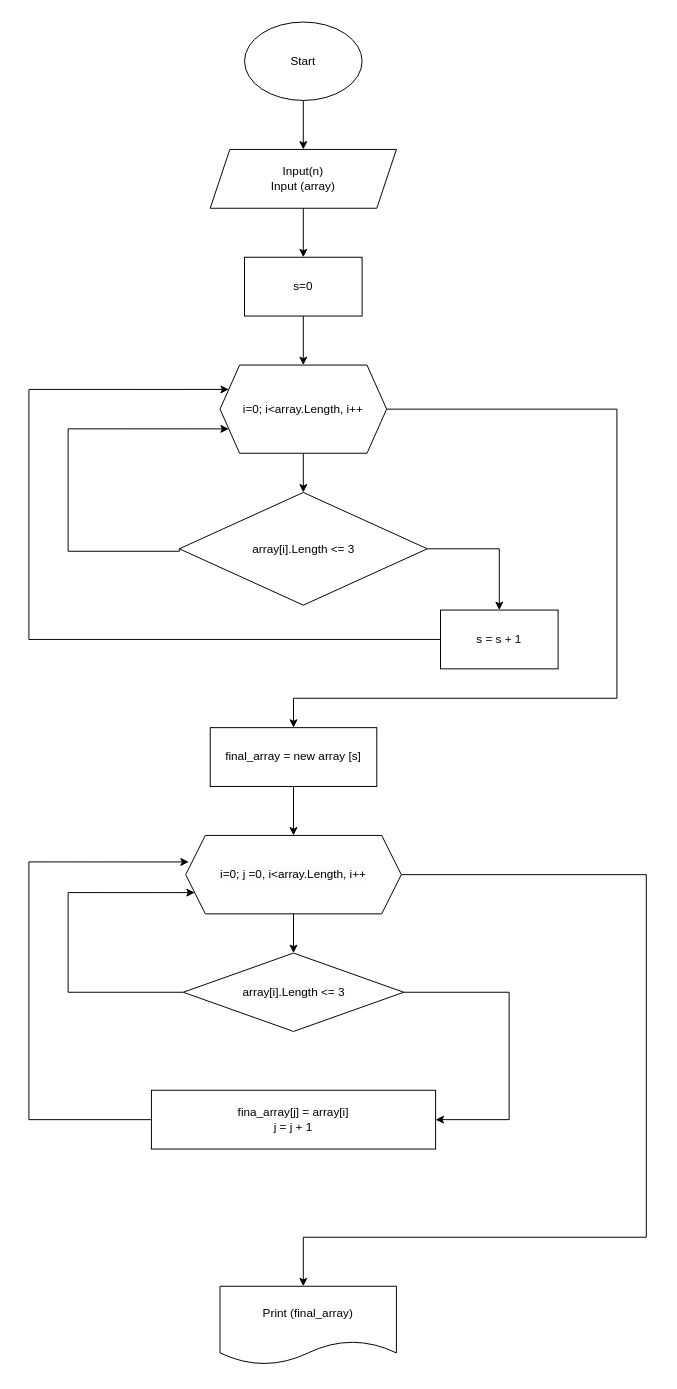
Midorijama/Final_Attest keeps this draw.io diagram as Final_Attest_Diagram.drawio. Above is the earlier version. Source tidied: cells renumbered, new cells numbered last; positions are measured from the earlier drawing's top-left corner, leaving out a move shared by most shapes. Both pictures are drawn from the tidied source at 98%, with x=0, y=0 at pixel (28, 22).
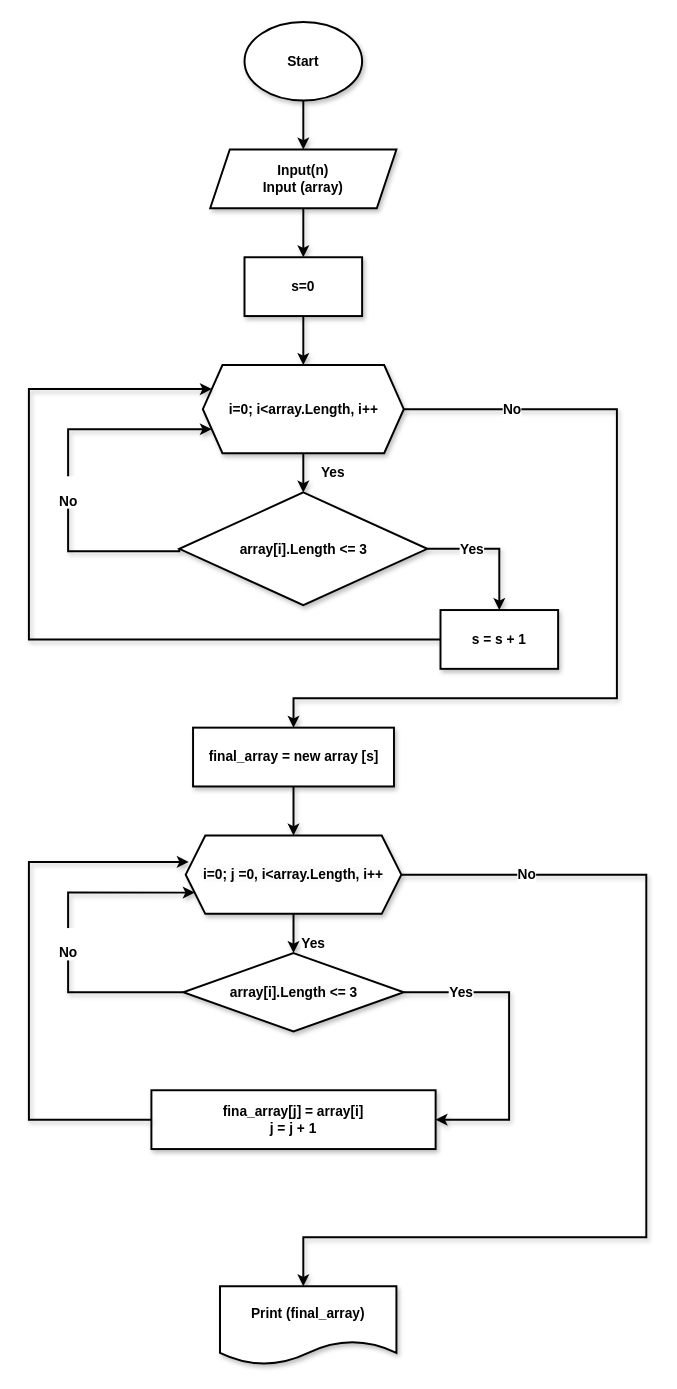
After the change.

Commit message:
Added descriptions on diagramm/doublechecked

Diff of the diagram source:
```diff
@@
-    <mxCell id="2" style="edgeStyle=orthogonalEdgeStyle;rounded=0;jettySize=auto;html=1;" parent="1" edge="1" source="3" target="5">
+    <mxCell id="2" style="edgeStyle=orthogonalEdgeStyle;rounded=0;jettySize=auto;html=1;strokeWidth=2;fontSize=14;fontStyle=1;labelBorderColor=none;fontFamily=Helvetica;shadow=1;" parent="1" edge="1" source="3" target="5">
       <mxGeometry relative="1" as="geometry" />
     </mxCell>
-    <mxCell id="3" value="Start" style="ellipse;whiteSpace=wrap;html=1;" parent="1" vertex="1">
+    <mxCell id="3" value="Start" style="ellipse;whiteSpace=wrap;html=1;strokeWidth=2;fontSize=14;fontStyle=1;labelBorderColor=none;fontFamily=Helvetica;shadow=1;" parent="1" vertex="1">
       <mxGeometry x="220" width="120" height="80" as="geometry" />
     </mxCell>
-    <mxCell id="4" style="edgeStyle=orthogonalEdgeStyle;rounded=0;jettySize=auto;html=1;" parent="1" edge="1" source="5" target="7">
+    <mxCell id="4" style="edgeStyle=orthogonalEdgeStyle;rounded=0;jettySize=auto;html=1;strokeWidth=2;fontSize=14;fontStyle=1;labelBorderColor=none;fontFamily=Helvetica;shadow=1;" parent="1" edge="1" source="5" target="7">
       <mxGeometry relative="1" as="geometry" />
     </mxCell>
-    <mxCell id="5" value="Input(n)&lt;div&gt;Input (array)&lt;/div&gt;" style="shape=parallelogram;perimeter=parallelogramPerimeter;whiteSpace=wrap;html=1;fixedSize=1;" parent="1" vertex="1">
+    <mxCell id="5" value="Input(n)&lt;div style=&quot;font-size: 14px;&quot;&gt;Input (array)&lt;/div&gt;" style="shape=parallelogram;perimeter=parallelogramPerimeter;whiteSpace=wrap;html=1;fixedSize=1;strokeWidth=2;fontSize=14;fontStyle=1;labelBorderColor=none;fontFamily=Helvetica;shadow=1;" parent="1" vertex="1">
       <mxGeometry x="185" y="130" width="190" height="60" as="geometry" />
     </mxCell>
-    <mxCell id="6" style="edgeStyle=orthogonalEdgeStyle;rounded=0;jettySize=auto;html=1;" parent="1" edge="1" source="7" target="10">
+    <mxCell id="6" style="edgeStyle=orthogonalEdgeStyle;rounded=0;jettySize=auto;html=1;strokeWidth=2;fontSize=14;fontStyle=1;labelBorderColor=none;fontFamily=Helvetica;shadow=1;" parent="1" edge="1" source="7" target="10">
       <mxGeometry relative="1" as="geometry" />
     </mxCell>
-    <mxCell id="7" value="s=0" style="rounded=0;whiteSpace=wrap;html=1;" parent="1" vertex="1">
+    <mxCell id="7" value="s=0" style="rounded=0;whiteSpace=wrap;html=1;strokeWidth=2;fontSize=14;fontStyle=1;labelBorderColor=none;fontFamily=Helvetica;shadow=1;" parent="1" vertex="1">
       <mxGeometry x="220" y="240" width="120" height="60" as="geometry" />
     </mxCell>
-    <mxCell id="8" style="edgeStyle=orthogonalEdgeStyle;rounded=0;jettySize=auto;html=1;entryX=0.5;entryY=0;entryDx=0;entryDy=0;" parent="1" edge="1" source="10" target="13">
-      <mxGeometry relative="1" as="geometry" />
+    <mxCell id="8" value="Yes" style="edgeStyle=orthogonalEdgeStyle;rounded=0;jettySize=auto;html=1;entryX=0.5;entryY=0;entryDx=0;entryDy=0;strokeWidth=2;fontSize=14;fontStyle=1;labelBorderColor=none;fontFamily=Helvetica;shadow=1;" parent="1" edge="1" source="10" target="13">
+      <mxGeometry y="30" relative="1" as="geometry">
+        <Array as="points">
+          <mxPoint x="280" y="460" />
+          <mxPoint x="280" y="460" />
+        </Array>
+      </mxGeometry>
     </mxCell>
-    <mxCell id="9" style="edgeStyle=orthogonalEdgeStyle;rounded=0;jettySize=auto;html=1;" parent="1" edge="1" source="10" target="17">
-      <mxGeometry relative="1" as="geometry">
+    <mxCell id="9" value="No" style="edgeStyle=orthogonalEdgeStyle;rounded=0;jettySize=auto;html=1;strokeWidth=2;shadow=1;fontSize=14;fontStyle=1;" parent="1" edge="1" source="10" target="17">
+      <mxGeometry x="-0.75" relative="1" as="geometry">
         <Array as="points">
           <mxPoint x="600" y="395" />
           <mxPoint x="600" y="690" />
           <mxPoint x="270" y="690" />
         </Array>
+        <mxPoint x="1" as="offset" />
       </mxGeometry>
     </mxCell>
-    <mxCell id="10" value="i=0; i&amp;lt;array.Length, i++" style="shape=hexagon;perimeter=hexagonPerimeter2;whiteSpace=wrap;html=1;fixedSize=1;" parent="1" vertex="1">
-      <mxGeometry x="195" y="350" width="170" height="90" as="geometry" />
+    <mxCell id="10" value="i=0; i&amp;lt;array.Length, i++" style="shape=hexagon;perimeter=hexagonPerimeter2;whiteSpace=wrap;html=1;fixedSize=1;strokeWidth=2;fontSize=14;fontStyle=1;labelBorderColor=none;fontFamily=Helvetica;shadow=1;" parent="1" vertex="1">
+      <mxGeometry x="177.5" y="350" width="205" height="90" as="geometry" />
     </mxCell>
-    <mxCell id="11" style="edgeStyle=orthogonalEdgeStyle;rounded=0;jettySize=auto;html=1;entryX=0;entryY=0.75;entryDx=0;entryDy=0;exitX=0;exitY=0.5;exitDx=0;exitDy=0;" parent="1" edge="1" source="13" target="10">
-      <mxGeometry relative="1" as="geometry">
+    <mxCell id="11" value="&lt;div&gt;&lt;br&gt;&lt;/div&gt;&lt;div&gt;No&lt;br&gt;&lt;/div&gt;" style="edgeStyle=orthogonalEdgeStyle;rounded=0;jettySize=auto;html=1;entryX=0;entryY=0.75;entryDx=0;entryDy=0;exitX=0;exitY=0.5;exitDx=0;exitDy=0;strokeWidth=2;shadow=1;fontSize=14;fontStyle=1;" parent="1" edge="1" source="13" target="10">
+      <mxGeometry x="-0.09" relative="1" as="geometry">
         <Array as="points">
           <mxPoint x="154" y="540" />
           <mxPoint x="40" y="540" />
           <mxPoint x="40" y="415" />
         </Array>
       </mxGeometry>
     </mxCell>
-    <mxCell id="12" style="edgeStyle=orthogonalEdgeStyle;rounded=0;jettySize=auto;html=1;exitX=1;exitY=0.5;exitDx=0;exitDy=0;" parent="1" edge="1" source="13" target="15">
-      <mxGeometry relative="1" as="geometry" />
+    <mxCell id="12" value="Yes" style="edgeStyle=orthogonalEdgeStyle;rounded=0;jettySize=auto;html=1;exitX=1;exitY=0.5;exitDx=0;exitDy=0;strokeWidth=2;fontSize=14;fontStyle=1;labelBorderColor=none;fontFamily=Helvetica;shadow=1;" parent="1" edge="1" source="13" target="15">
+      <mxGeometry x="-0.36" relative="1" as="geometry">
+        <mxPoint x="1" as="offset" />
+      </mxGeometry>
     </mxCell>
-    <mxCell id="13" value="array[i].Length &amp;lt;= 3" style="rhombus;whiteSpace=wrap;html=1;" parent="1" vertex="1">
+    <mxCell id="13" value="array[i].Length &amp;lt;= 3" style="rhombus;whiteSpace=wrap;html=1;strokeWidth=2;fontSize=14;fontStyle=1;labelBorderColor=none;fontFamily=Helvetica;shadow=1;" parent="1" vertex="1">
       <mxGeometry x="153.5" y="480" width="253" height="115" as="geometry" />
     </mxCell>
-    <mxCell id="14" style="edgeStyle=orthogonalEdgeStyle;rounded=0;jettySize=auto;html=1;exitX=0;exitY=0.5;exitDx=0;exitDy=0;entryX=0;entryY=0.25;entryDx=0;entryDy=0;" parent="1" edge="1" source="15" target="10">
+    <mxCell id="14" style="edgeStyle=orthogonalEdgeStyle;rounded=0;jettySize=auto;html=1;exitX=0;exitY=0.5;exitDx=0;exitDy=0;entryX=0;entryY=0.25;entryDx=0;entryDy=0;strokeWidth=2;shadow=1;" parent="1" edge="1" source="15" target="10">
       <mxGeometry relative="1" as="geometry">
         <Array as="points">
           <mxPoint y="630" />
           <mxPoint y="375" />
         </Array>
       </mxGeometry>
     </mxCell>
-    <mxCell id="15" value="s = s + 1" style="whiteSpace=wrap;html=1;" parent="1" vertex="1">
+    <mxCell id="15" value="s = s + 1" style="whiteSpace=wrap;html=1;fontSize=14;fontStyle=1;strokeWidth=2;shadow=1;" parent="1" vertex="1">
       <mxGeometry x="420" y="600" width="120" height="60" as="geometry" />
     </mxCell>
-    <mxCell id="16" style="edgeStyle=orthogonalEdgeStyle;rounded=0;jettySize=auto;html=1;entryX=0.5;entryY=0;entryDx=0;entryDy=0;" parent="1" edge="1" source="17" target="20">
+    <mxCell id="16" style="edgeStyle=orthogonalEdgeStyle;rounded=0;jettySize=auto;html=1;entryX=0.5;entryY=0;entryDx=0;entryDy=0;strokeWidth=2;fontSize=14;fontStyle=1;labelBorderColor=none;fontFamily=Helvetica;shadow=1;" parent="1" edge="1" source="17" target="20">
       <mxGeometry relative="1" as="geometry" />
     </mxCell>
-    <mxCell id="17" value="final_array = new array [s]" style="rounded=0;whiteSpace=wrap;html=1;" parent="1" vertex="1">
-      <mxGeometry x="185" y="720" width="170" height="60" as="geometry" />
+    <mxCell id="17" value="final_array = new array [s]" style="rounded=0;whiteSpace=wrap;html=1;strokeWidth=2;fontSize=14;fontStyle=1;labelBorderColor=none;fontFamily=Helvetica;shadow=1;" parent="1" vertex="1">
+      <mxGeometry x="167.5" y="720" width="205" height="60" as="geometry" />
     </mxCell>
-    <mxCell id="18" style="edgeStyle=orthogonalEdgeStyle;rounded=0;jettySize=auto;html=1;entryX=0.5;entryY=0;entryDx=0;entryDy=0;" parent="1" edge="1" source="20" target="23">
-      <mxGeometry relative="1" as="geometry" />
+    <mxCell id="18" value="&lt;br&gt;&lt;span style=&quot;color: rgb(0, 0, 0); font-family: Helvetica; font-size: 14px; font-style: normal; font-variant-ligatures: normal; font-variant-caps: normal; font-weight: 700; letter-spacing: normal; orphans: 2; text-align: center; text-indent: 0px; text-transform: none; widows: 2; word-spacing: 0px; -webkit-text-stroke-width: 0px; white-space: nowrap; background-color: rgb(255, 255, 255); text-decoration-thickness: initial; text-decoration-style: initial; text-decoration-color: initial; display: inline !important; float: none;&quot;&gt;Yes&lt;/span&gt;&lt;div&gt;&lt;br/&gt;&lt;/div&gt;" style="edgeStyle=orthogonalEdgeStyle;rounded=0;jettySize=auto;html=1;entryX=0.5;entryY=0;entryDx=0;entryDy=0;strokeWidth=2;fontSize=14;fontStyle=1;labelBorderColor=none;fontFamily=Helvetica;shadow=1;" parent="1" edge="1" source="20" target="23">
+      <mxGeometry x="0.5" y="20" relative="1" as="geometry" />
     </mxCell>
-    <mxCell id="19" style="edgeStyle=orthogonalEdgeStyle;rounded=0;jettySize=auto;html=1;" parent="1" edge="1" source="20" target="26">
-      <mxGeometry relative="1" as="geometry">
+    <mxCell id="19" value="&#10;&lt;br style=&quot;font-size: 14px;&quot; class=&quot;Apple-interchange-newline&quot;&gt;&lt;span style=&quot;color: rgb(0, 0, 0); font-family: Helvetica; font-size: 14px; font-style: normal; font-variant-ligatures: normal; font-variant-caps: normal; letter-spacing: normal; orphans: 2; text-align: center; text-indent: 0px; text-transform: none; widows: 2; word-spacing: 0px; -webkit-text-stroke-width: 0px; white-space: nowrap; background-color: rgb(255, 255, 255); text-decoration-thickness: initial; text-decoration-style: initial; text-decoration-color: initial; float: none; display: inline !important;&quot;&gt;No&lt;/span&gt;&#10;&#10;" style="edgeStyle=orthogonalEdgeStyle;rounded=0;jettySize=auto;html=1;strokeWidth=2;shadow=1;fontSize=14;fontStyle=1;" parent="1" edge="1" source="20" target="26">
+      <mxGeometry x="-0.75" relative="1" as="geometry">
         <Array as="points">
           <mxPoint x="630" y="870" />
           <mxPoint x="630" y="1240" />
           <mxPoint x="280" y="1240" />
         </Array>
       </mxGeometry>
     </mxCell>
-    <mxCell id="20" value="&lt;br&gt;&lt;span style=&quot;color: rgb(0, 0, 0); font-family: Helvetica; font-size: 12px; font-style: normal; font-variant-ligatures: normal; font-variant-caps: normal; font-weight: 400; letter-spacing: normal; orphans: 2; text-align: center; text-indent: 0px; text-transform: none; widows: 2; word-spacing: 0px; -webkit-text-stroke-width: 0px; white-space: normal; background-color: rgb(251, 251, 251); text-decoration-thickness: initial; text-decoration-style: initial; text-decoration-color: initial; display: inline !important; float: none;&quot;&gt;i=0; j =0, i&amp;lt;array.Length, i++&lt;/span&gt;&lt;div&gt;&lt;br/&gt;&lt;/div&gt;" style="shape=hexagon;perimeter=hexagonPerimeter2;whiteSpace=wrap;html=1;fixedSize=1;" parent="1" vertex="1">
+    <mxCell id="20" value="&lt;br style=&quot;font-size: 14px;&quot;&gt;&lt;span style=&quot;color: rgb(0, 0, 0); font-size: 14px; font-style: normal; font-variant-ligatures: normal; font-variant-caps: normal; letter-spacing: normal; orphans: 2; text-align: center; text-indent: 0px; text-transform: none; widows: 2; word-spacing: 0px; -webkit-text-stroke-width: 0px; white-space: normal; background-color: rgb(251, 251, 251); text-decoration-thickness: initial; text-decoration-style: initial; text-decoration-color: initial; float: none; display: inline !important;&quot;&gt;i=0; j =0, i&amp;lt;array.Length, i++&lt;/span&gt;&lt;div style=&quot;font-size: 14px;&quot;&gt;&lt;br style=&quot;font-size: 14px;&quot;&gt;&lt;/div&gt;" style="shape=hexagon;perimeter=hexagonPerimeter2;whiteSpace=wrap;html=1;fixedSize=1;strokeWidth=2;fontSize=14;fontStyle=1;labelBorderColor=none;fontFamily=Helvetica;shadow=1;" parent="1" vertex="1">
       <mxGeometry x="160" y="830" width="220" height="80" as="geometry" />
     </mxCell>
-    <mxCell id="21" style="edgeStyle=orthogonalEdgeStyle;rounded=0;jettySize=auto;html=1;entryX=0;entryY=0.75;entryDx=0;entryDy=0;" parent="1" edge="1" source="23" target="20">
-      <mxGeometry relative="1" as="geometry">
+    <mxCell id="21" value="&lt;blockquote style=&quot;margin: 0 0 0 40px; border: none; padding: 0px;&quot;&gt;&lt;/blockquote&gt;&lt;div style=&quot;line-height: 120%;&quot;&gt;&lt;br&gt;&lt;/div&gt;&lt;span style=&quot;orphans: 2; text-indent: 0px; widows: 2; text-decoration-thickness: initial; text-decoration-style: initial; text-decoration-color: initial; float: none; display: inline !important;&quot;&gt;&lt;div style=&quot;line-height: 120%;&quot;&gt;No&lt;/div&gt;&lt;/span&gt;" style="edgeStyle=orthogonalEdgeStyle;rounded=0;jettySize=auto;html=1;entryX=0;entryY=0.75;entryDx=0;entryDy=0;strokeWidth=2;shadow=1;horizontal=1;verticalAlign=middle;fontSize=14;fontStyle=1;labelBackgroundColor=default;" parent="1" edge="1" source="23" target="20">
+      <mxGeometry x="-0.04" relative="1" as="geometry">
         <Array as="points">
           <mxPoint x="40" y="990" />
           <mxPoint x="40" y="888" />
         </Array>
       </mxGeometry>
     </mxCell>
-    <mxCell id="22" style="edgeStyle=orthogonalEdgeStyle;rounded=0;jettySize=auto;html=1;" parent="1" edge="1" source="23" target="24">
-      <mxGeometry relative="1" as="geometry">
+    <mxCell id="22" value="&lt;br&gt;&lt;span style=&quot;color: rgb(0, 0, 0); font-family: Helvetica; font-size: 14px; font-style: normal; font-variant-ligatures: normal; font-variant-caps: normal; font-weight: 700; letter-spacing: normal; orphans: 2; text-align: center; text-indent: 0px; text-transform: none; widows: 2; word-spacing: 0px; -webkit-text-stroke-width: 0px; white-space: nowrap; background-color: rgb(255, 255, 255); text-decoration-thickness: initial; text-decoration-style: initial; text-decoration-color: initial; display: inline !important; float: none;&quot;&gt;Yes&lt;/span&gt;&lt;div&gt;&lt;br/&gt;&lt;/div&gt;" style="edgeStyle=orthogonalEdgeStyle;rounded=0;jettySize=auto;html=1;strokeWidth=2;fontSize=14;fontStyle=1;labelBorderColor=none;fontFamily=Helvetica;shadow=1;horizontal=1;" parent="1" edge="1" source="23" target="24">
+      <mxGeometry x="-0.63" relative="1" as="geometry">
         <Array as="points">
           <mxPoint x="490" y="990" />
           <mxPoint x="490" y="1120" />
         </Array>
       </mxGeometry>
     </mxCell>
-    <mxCell id="23" value="&lt;span style=&quot;color: rgb(0, 0, 0); font-family: Helvetica; font-size: 12px; font-style: normal; font-variant-ligatures: normal; font-variant-caps: normal; font-weight: 400; letter-spacing: normal; orphans: 2; text-align: center; text-indent: 0px; text-transform: none; widows: 2; word-spacing: 0px; -webkit-text-stroke-width: 0px; white-space: normal; background-color: rgb(251, 251, 251); text-decoration-thickness: initial; text-decoration-style: initial; text-decoration-color: initial; display: inline !important; float: none;&quot;&gt;array[i].Length &amp;lt;= 3&lt;/span&gt;" style="rhombus;whiteSpace=wrap;html=1;" parent="1" vertex="1">
+    <mxCell id="23" value="&lt;span style=&quot;color: rgb(0, 0, 0); font-size: 14px; font-style: normal; font-variant-ligatures: normal; font-variant-caps: normal; letter-spacing: normal; orphans: 2; text-align: center; text-indent: 0px; text-transform: none; widows: 2; word-spacing: 0px; -webkit-text-stroke-width: 0px; white-space: normal; background-color: rgb(251, 251, 251); text-decoration-thickness: initial; text-decoration-style: initial; text-decoration-color: initial; float: none; display: inline !important;&quot;&gt;array[i].Length &amp;lt;= 3&lt;/span&gt;" style="rhombus;whiteSpace=wrap;html=1;strokeWidth=2;fontSize=14;fontStyle=1;labelBorderColor=none;fontFamily=Helvetica;shadow=1;" parent="1" vertex="1">
       <mxGeometry x="157.5" y="950" width="225" height="80" as="geometry" />
     </mxCell>
-    <mxCell id="24" value="fina_array[j] = array[i]&lt;div&gt;j = j + 1&lt;/div&gt;" style="rounded=0;whiteSpace=wrap;html=1;" parent="1" vertex="1">
+    <mxCell id="24" value="fina_array[j] = array[i]&lt;div style=&quot;font-size: 14px;&quot;&gt;j = j + 1&lt;/div&gt;" style="rounded=0;whiteSpace=wrap;html=1;strokeWidth=2;fontSize=14;fontStyle=1;labelBorderColor=none;fontFamily=Helvetica;shadow=1;" parent="1" vertex="1">
       <mxGeometry x="125" y="1090" width="290" height="60" as="geometry" />
     </mxCell>
-    <mxCell id="25" style="edgeStyle=orthogonalEdgeStyle;rounded=0;jettySize=auto;html=1;entryX=0.014;entryY=0.338;entryDx=0;entryDy=0;entryPerimeter=0;exitX=0;exitY=0.5;exitDx=0;exitDy=0;" parent="1" edge="1" source="24" target="20">
+    <mxCell id="25" style="edgeStyle=orthogonalEdgeStyle;rounded=0;jettySize=auto;html=1;entryX=0.014;entryY=0.338;entryDx=0;entryDy=0;entryPerimeter=0;exitX=0;exitY=0.5;exitDx=0;exitDy=0;strokeWidth=2;shadow=1;" parent="1" edge="1" source="24" target="20">
       <mxGeometry relative="1" as="geometry">
         <Array as="points">
           <mxPoint y="1120" />
           <mxPoint y="857" />
         </Array>
       </mxGeometry>
     </mxCell>
-    <mxCell id="26" value="Print (final_array)" style="shape=document;whiteSpace=wrap;html=1;boundedLbl=1;" parent="1" vertex="1">
+    <mxCell id="26" value="Print (final_array)" style="shape=document;whiteSpace=wrap;html=1;boundedLbl=1;strokeWidth=2;fontSize=14;fontStyle=1;labelBorderColor=none;fontFamily=Helvetica;shadow=1;" parent="1" vertex="1">
       <mxGeometry x="195" y="1290" width="180" height="80" as="geometry" />
     </mxCell>
```
